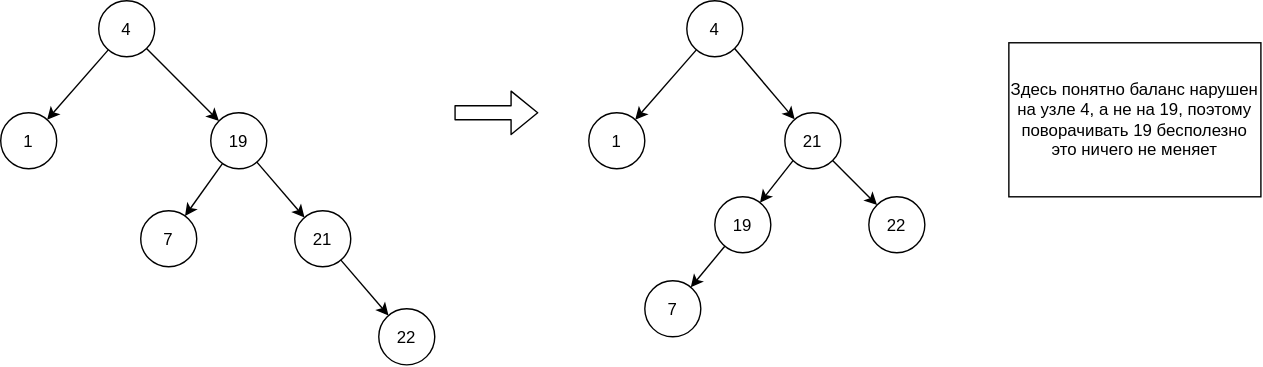
Earlier version of the draw.io export База/Структуры данных/2. Быстро находить данные и проверять условия/2.3. Проверять принадлежность и уникальность/Множество (Set)/avl/разбор-случев-балансировки.drawio.svg (kosukhin/catalog). Source tidied: cells renumbered, new cells last; positions are measured from the earlier drawing's top-left corner, leaving out a move shared by most shapes.
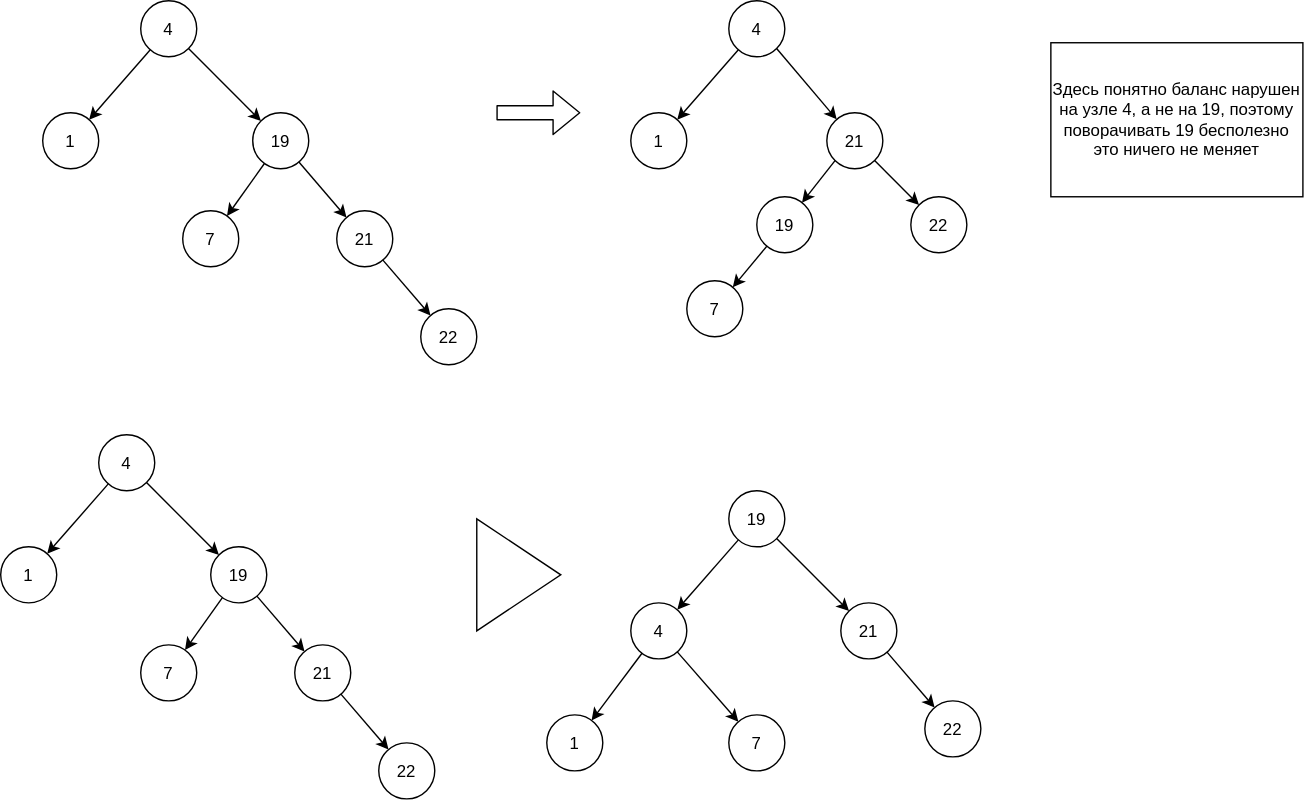
The same file after the commit.

The edit, as a diff of the source:
```diff
@@ -77,5 +77,74 @@
     <mxCell id="25" value="Здесь понятно баланс нарушен на узле 4, а не на 19, поэтому поворачивать 19 бесполезно это ничего не меняет" style="rounded=0;whiteSpace=wrap;html=1;" parent="1" vertex="1">
       <mxGeometry x="720" y="30" width="180" height="110" as="geometry" />
     </mxCell>
+    <mxCell id="26" value="4" style="ellipse;whiteSpace=wrap;html=1;shapeInside=1;" parent="1" vertex="1">
+      <mxGeometry x="40" y="310" width="40" height="40" as="geometry" />
+    </mxCell>
+    <mxCell id="27" style="edgeStyle=none;html=1;" parent="1" edge="1" source="26" target="28">
+      <mxGeometry relative="1" as="geometry" />
+    </mxCell>
+    <mxCell id="28" value="1" style="ellipse;whiteSpace=wrap;html=1;shapeInside=1;" parent="1" vertex="1">
+      <mxGeometry x="-30" y="390" width="40" height="40" as="geometry" />
+    </mxCell>
+    <mxCell id="29" style="edgeStyle=none;html=1;" parent="1" edge="1" source="26" target="30">
+      <mxGeometry relative="1" as="geometry" />
+    </mxCell>
+    <mxCell id="30" value="19" style="ellipse;whiteSpace=wrap;html=1;shapeInside=1;" parent="1" vertex="1">
+      <mxGeometry x="120" y="390" width="40" height="40" as="geometry" />
+    </mxCell>
+    <mxCell id="31" style="edgeStyle=none;html=1;" parent="1" edge="1" source="30" target="32">
+      <mxGeometry relative="1" as="geometry" />
+    </mxCell>
+    <mxCell id="32" value="21" style="ellipse;whiteSpace=wrap;html=1;shapeInside=1;" parent="1" vertex="1">
+      <mxGeometry x="180" y="460" width="40" height="40" as="geometry" />
+    </mxCell>
+    <mxCell id="33" style="edgeStyle=none;html=1;" parent="1" edge="1" source="30" target="34">
+      <mxGeometry relative="1" as="geometry" />
+    </mxCell>
+    <mxCell id="34" value="7" style="ellipse;whiteSpace=wrap;html=1;shapeInside=1;" parent="1" vertex="1">
+      <mxGeometry x="70" y="460" width="40" height="40" as="geometry" />
+    </mxCell>
+    <mxCell id="35" style="edgeStyle=none;html=1;" parent="1" edge="1" source="32" target="36">
+      <mxGeometry relative="1" as="geometry" />
+    </mxCell>
+    <mxCell id="36" value="22" style="ellipse;whiteSpace=wrap;html=1;shapeInside=1;" parent="1" vertex="1">
+      <mxGeometry x="240" y="530" width="40" height="40" as="geometry" />
+    </mxCell>
+    <mxCell id="37" style="triangle;whiteSpace=wrap;html=1;shapeInside=1;" parent="1" vertex="1">
+      <mxGeometry x="310" y="370" width="60" height="80" as="geometry" />
+    </mxCell>
+    <mxCell id="38" value="4" style="ellipse;whiteSpace=wrap;html=1;shapeInside=1;" parent="1" vertex="1">
+      <mxGeometry x="420" y="430" width="40" height="40" as="geometry" />
+    </mxCell>
+    <mxCell id="39" style="edgeStyle=none;html=1;" parent="1" edge="1" source="38" target="40">
+      <mxGeometry relative="1" as="geometry" />
+    </mxCell>
+    <mxCell id="40" value="1" style="ellipse;whiteSpace=wrap;html=1;shapeInside=1;" parent="1" vertex="1">
+      <mxGeometry x="360" y="510" width="40" height="40" as="geometry" />
+    </mxCell>
+    <mxCell id="41" value="19" style="ellipse;whiteSpace=wrap;html=1;shapeInside=1;" parent="1" vertex="1">
+      <mxGeometry x="490" y="350" width="40" height="40" as="geometry" />
+    </mxCell>
+    <mxCell id="42" style="edgeStyle=none;html=1;" parent="1" edge="1" source="41" target="43">
+      <mxGeometry relative="1" as="geometry" />
+    </mxCell>
+    <mxCell id="43" value="21" style="ellipse;whiteSpace=wrap;html=1;shapeInside=1;" parent="1" vertex="1">
+      <mxGeometry x="570" y="430" width="40" height="40" as="geometry" />
+    </mxCell>
+    <mxCell id="44" value="7" style="ellipse;whiteSpace=wrap;html=1;shapeInside=1;" parent="1" vertex="1">
+      <mxGeometry x="490" y="510" width="40" height="40" as="geometry" />
+    </mxCell>
+    <mxCell id="45" style="edgeStyle=none;html=1;" parent="1" edge="1" source="43" target="46">
+      <mxGeometry relative="1" as="geometry" />
+    </mxCell>
+    <mxCell id="46" value="22" style="ellipse;whiteSpace=wrap;html=1;shapeInside=1;" parent="1" vertex="1">
+      <mxGeometry x="630" y="500" width="40" height="40" as="geometry" />
+    </mxCell>
+    <mxCell id="47" style="edgeStyle=none;html=1;" parent="1" edge="1" source="38" target="44">
+      <mxGeometry relative="1" as="geometry" />
+    </mxCell>
+    <mxCell id="48" style="edgeStyle=none;html=1;" parent="1" edge="1" source="41" target="38">
+      <mxGeometry relative="1" as="geometry" />
+    </mxCell>
   </root>
 </mxGraphModel>
```
